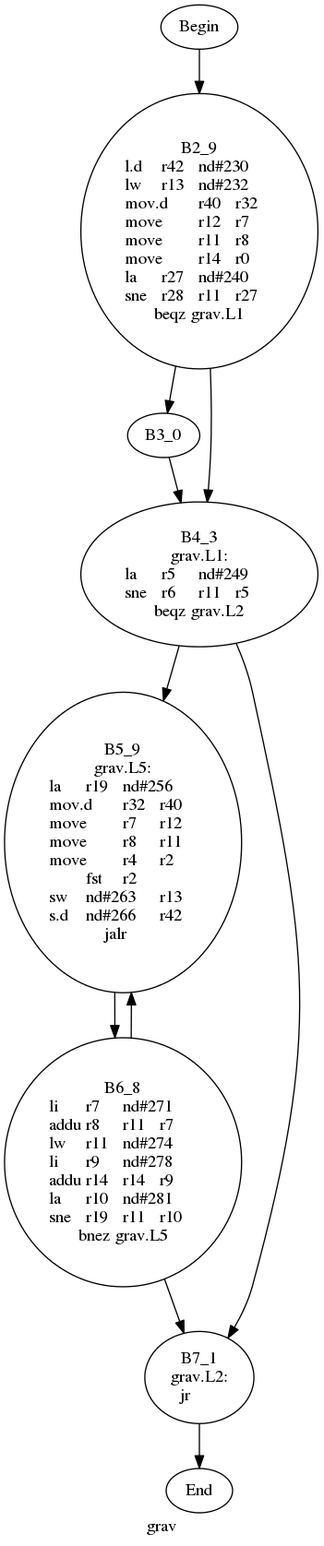
Before: testcase/dot_file/grav_prev.dot.png, a diagram exported from Graphviz (qixianbd/partition_wqm_new_one). Its source is kept beside it as testcase/dot_file/grav_prev.dot.
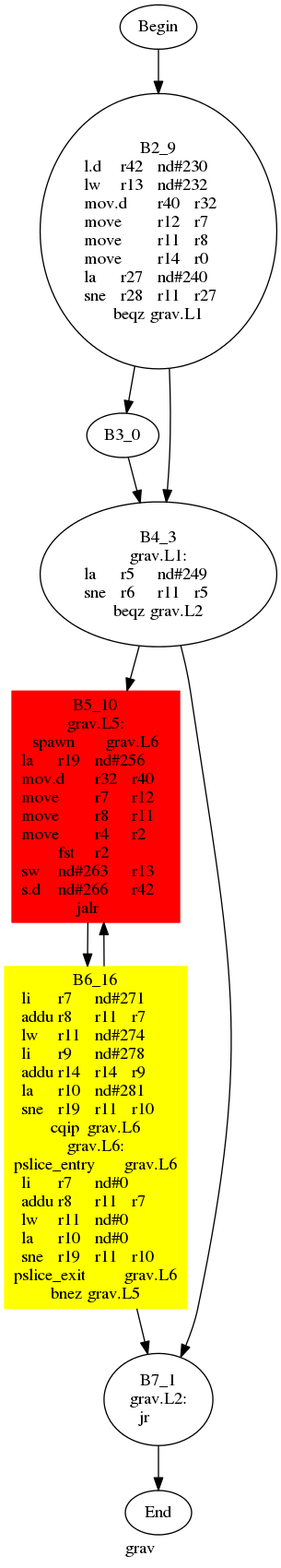
The same diagram one commit later.

Change to the diagram source:
```diff
@@ -11,10 +11,12 @@
 	Node3 -> {Node4 }
 	Node4 [label = "B4_3\ngrav.L1:\nla	r5	nd#249	\nsne	r6	r11	r5	\nbeqz	grav.L2\n"];
 	Node4 -> {Node5 Node7 }
-	Node5 [label = "B5_9\ngrav.L5:\nla	r19	nd#256	\nmov.d	r32	r40	\nmove	r7	r12	\nmove	r8	r11	\nmove	r4	r2	\nfst	r2	\nsw	nd#263	r13	\ns.d	nd#266	r42	\njalr	\n"];
+	Node5 [label = "B5_10\ngrav.L5:\nspawn	grav.L6\nla	r19	nd#256	\nmov.d	r32	r40	\nmove	r7	r12	\nmove	r8	r11	\nmove	r4	r2	\nfst	r2	\nsw	nd#263	r13	\ns.d	nd#266	r42	\njalr	\n"];
 	Node5 -> {Node6 }
-	Node6 [label = "B6_8\nli	r7	nd#271	\naddu	r8	r11	r7	\nlw	r11	nd#274	\nli	r9	nd#278	\naddu	r14	r14	r9	\nla	r10	nd#281	\nsne	r19	r11	r10	\nbnez	grav.L5\n"];
+	Node6 [label = "B6_16\nli	r7	nd#271	\naddu	r8	r11	r7	\nlw	r11	nd#274	\nli	r9	nd#278	\naddu	r14	r14	r9	\nla	r10	nd#281	\nsne	r19	r11	r10	\ncqip	grav.L6\ngrav.L6:\npslice_entry	grav.L6\nli	r7	nd#0	\naddu	r8	r11	r7	\nlw	r11	nd#0	\nla	r10	nd#0	\nsne	r19	r11	r10	\npslice_exit	grav.L6\nbnez	grav.L5\n"];
 	Node6 -> {Node7 Node5 }
 	Node7 [label = "B7_1\ngrav.L2:\njr	\n"];
 	Node7 -> {Node1 }
+	Node5 [shape = box ,style=filled ,color=red];
+	Node6 [shape = polygon ,style=filled ,color=yellow];
 }
```
